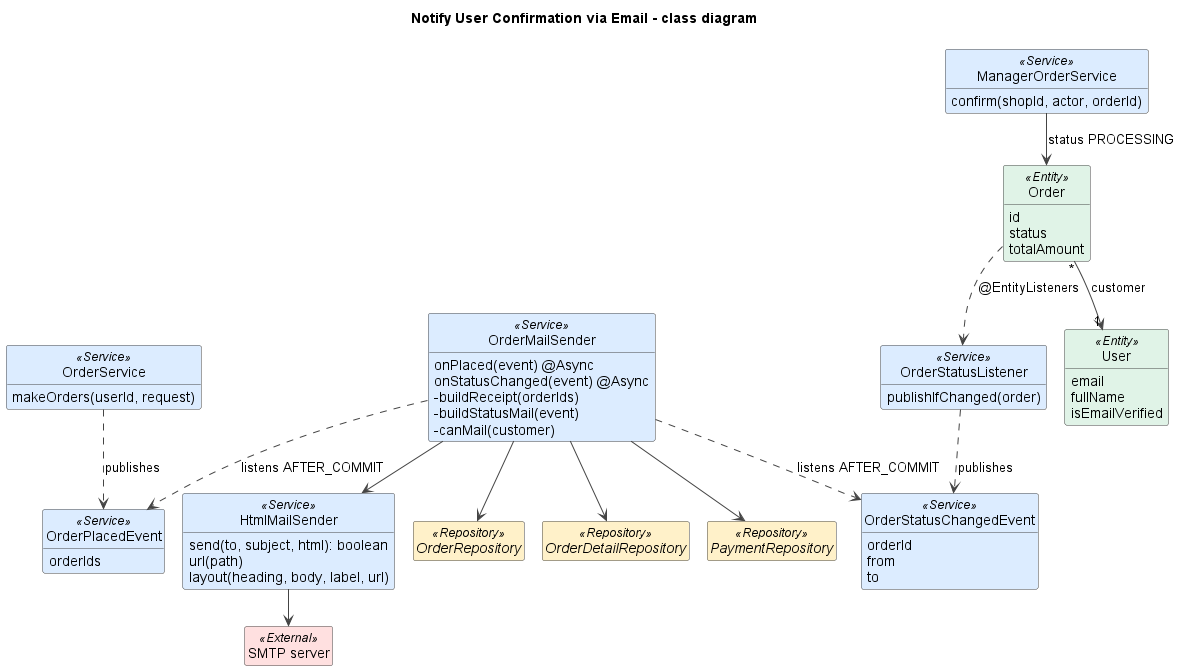
This is docs/diagrams/07-notify-user-confirmation-class.png from duckpao/FlowerShop_SWP391, a PlantUML export, as it was before one commit. The source it was exported from:
```plantuml
@startuml
!pragma layout smetana
title Notify User Confirmation via Email - class diagram
skinparam shadowing false
skinparam defaultFontName Arial
skinparam wrapWidth 240
skinparam ArrowColor #444444
skinparam classAttributeIconSize 0
skinparam nodesep 45
skinparam ranksep 50
skinparam class {
  BackgroundColor #FFFFFF
  BorderColor #444444
  BackgroundColor<<View>> #EADCFF
  BackgroundColor<<Controller>> #D8F3DC
  BackgroundColor<<Service>> #DCECFF
  BackgroundColor<<Repository>> #FFF1C9
  BackgroundColor<<Entity>> #E0F3E7
  BackgroundColor<<External>> #FFE0E0
}
hide empty members
hide circle

class OrderService <<Service>> {
  makeOrders(userId, request)
}
class OrderPlacedEvent <<Service>> {
  orderIds
}
class ManagerOrderService <<Service>> {
  confirm(shopId, actor, orderId)
}
class OrderStatusListener <<Service>> {
  publishIfChanged(order)
}
class OrderStatusChangedEvent <<Service>> {
  orderId
  from
  to
}
class OrderMailSender <<Service>> {
  onPlaced(event) @Async
  onStatusChanged(event) @Async
  -buildReceipt(orderIds)
  -buildStatusMail(event)
  -canMail(customer)
}
class HtmlMailSender <<Service>> {
  send(to, subject, html): boolean
  url(path)
  layout(heading, body, label, url)
}
interface OrderRepository <<Repository>>
interface OrderDetailRepository <<Repository>>
interface PaymentRepository <<Repository>>
class Order <<Entity>> {
  id
  status
  totalAmount
}
class User <<Entity>> {
  email
  fullName
  isEmailVerified
}
class "SMTP server" as SMTP <<External>>

OrderService ..> OrderPlacedEvent : publishes
ManagerOrderService --> Order : status PROCESSING
Order ..> OrderStatusListener : @EntityListeners
OrderStatusListener ..> OrderStatusChangedEvent : publishes
OrderMailSender ..> OrderPlacedEvent : listens AFTER_COMMIT
OrderMailSender ..> OrderStatusChangedEvent : listens AFTER_COMMIT
OrderMailSender --> OrderRepository
OrderMailSender --> OrderDetailRepository
OrderMailSender --> PaymentRepository
OrderMailSender --> HtmlMailSender
HtmlMailSender --> SMTP
Order "*" --> "1" User : customer

@enduml
```
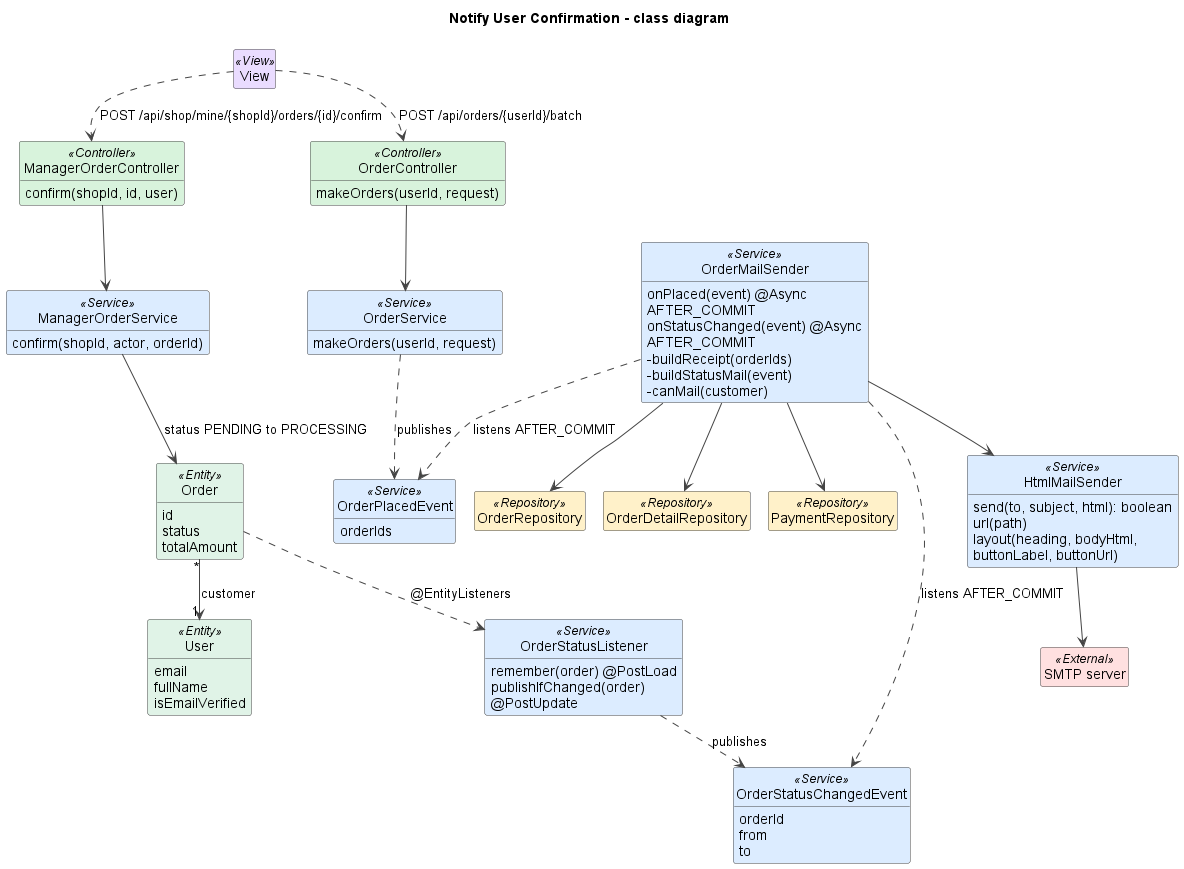
Above is the later version.

The edit, as a diff of the source:
```diff
@@ -1,6 +1,6 @@
 @startuml
+title Notify User Confirmation - class diagram
 !pragma layout smetana
-title Notify User Confirmation via Email - class diagram
 skinparam shadowing false
 skinparam defaultFontName Arial
 skinparam wrapWidth 240
@@ -16,22 +16,33 @@
   BackgroundColor<<Service>> #DCECFF
   BackgroundColor<<Repository>> #FFF1C9
   BackgroundColor<<Entity>> #E0F3E7
+  BackgroundColor<<DTO>> #FCE7F3
+  BackgroundColor<<Scheduler>> #FFE8CC
   BackgroundColor<<External>> #FFE0E0
 }
 hide empty members
 hide circle
 
+class View <<View>>
+
+class OrderController <<Controller>> {
+  makeOrders(userId, request)
+}
+class ManagerOrderController <<Controller>> {
+  confirm(shopId, id, user)
+}
 class OrderService <<Service>> {
   makeOrders(userId, request)
+}
+class ManagerOrderService <<Service>> {
+  confirm(shopId, actor, orderId)
 }
 class OrderPlacedEvent <<Service>> {
   orderIds
 }
-class ManagerOrderService <<Service>> {
-  confirm(shopId, actor, orderId)
-}
 class OrderStatusListener <<Service>> {
-  publishIfChanged(order)
+  remember(order) @PostLoad
+  publishIfChanged(order) @PostUpdate
 }
 class OrderStatusChangedEvent <<Service>> {
   orderId
@@ -39,8 +50,8 @@
   to
 }
 class OrderMailSender <<Service>> {
-  onPlaced(event) @Async
-  onStatusChanged(event) @Async
+  onPlaced(event) @Async AFTER_COMMIT
+  onStatusChanged(event) @Async AFTER_COMMIT
   -buildReceipt(orderIds)
   -buildStatusMail(event)
   -canMail(customer)
@@ -48,11 +59,11 @@
 class HtmlMailSender <<Service>> {
   send(to, subject, html): boolean
   url(path)
-  layout(heading, body, label, url)
+  layout(heading, bodyHtml, buttonLabel, buttonUrl)
 }
-interface OrderRepository <<Repository>>
-interface OrderDetailRepository <<Repository>>
-interface PaymentRepository <<Repository>>
+class OrderRepository <<Repository>>
+class OrderDetailRepository <<Repository>>
+class PaymentRepository <<Repository>>
 class Order <<Entity>> {
   id
   status
@@ -65,8 +76,12 @@
 }
 class "SMTP server" as SMTP <<External>>
 
+View ..> OrderController : POST /api/orders/{userId}/batch
+View ..> ManagerOrderController : POST /api/shop/mine/{shopId}/orders/{id}/confirm
+OrderController --> OrderService
+ManagerOrderController --> ManagerOrderService
 OrderService ..> OrderPlacedEvent : publishes
-ManagerOrderService --> Order : status PROCESSING
+ManagerOrderService --> Order : status PENDING to PROCESSING
 Order ..> OrderStatusListener : @EntityListeners
 OrderStatusListener ..> OrderStatusChangedEvent : publishes
 OrderMailSender ..> OrderPlacedEvent : listens AFTER_COMMIT
```
